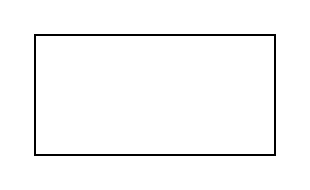
Above: Diagram bez tytułu.drawio in Tarik-Alaiwi-dev/psi (draw.io), before the change. Source tidied: cells renumbered, new cells numbered last; positions are measured from the earlier drawing's top-left corner, leaving out a move shared by most shapes. Both pictures are drawn from the tidied source at 200%, with x=0, y=0 at pixel (34, 34).
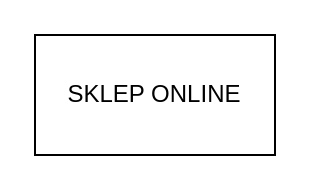
The same diagram, later.

The edit, as a diff of the source:
```diff
@@
 <mxGraphModel>
   <root>
     <mxCell id="0" />
     <mxCell id="1" parent="0" />
-    <mxCell id="2" style="rounded=0;whiteSpace=wrap;html=1;" parent="1" vertex="1">
+    <mxCell id="2" value="SKLEP ONLINE" style="rounded=0;whiteSpace=wrap;html=1;" parent="1" vertex="1">
       <mxGeometry width="120" height="60" as="geometry" />
     </mxCell>
   </root>
 </mxGraphModel>
```
